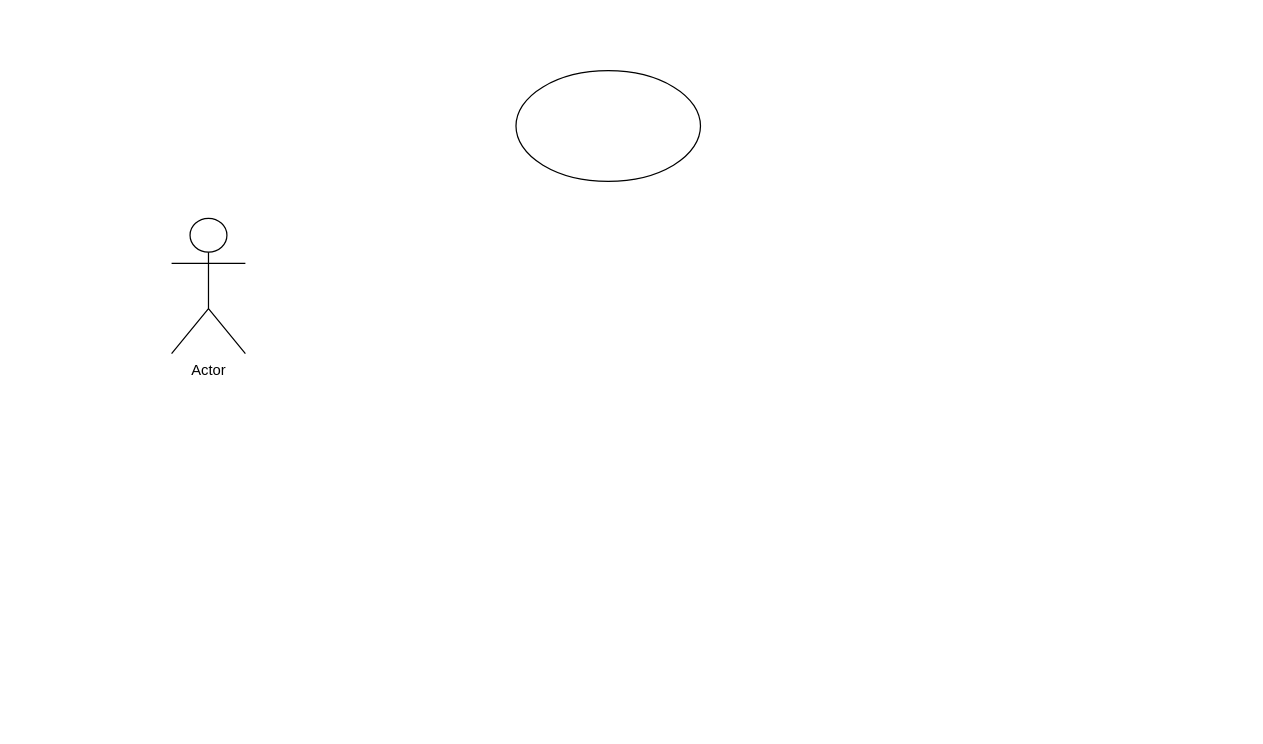
The draw.io diagram Requirement_UseCase_Diagram.drawio in XingxingLiao/TEST, before the edit. Source tidied: cells renumbered, new cells numbered last; positions are measured from the earlier drawing's top-left corner, leaving out a move shared by most shapes. Both pictures are drawn from the tidied source at 123%, with x=0, y=0 at pixel (171, 70).
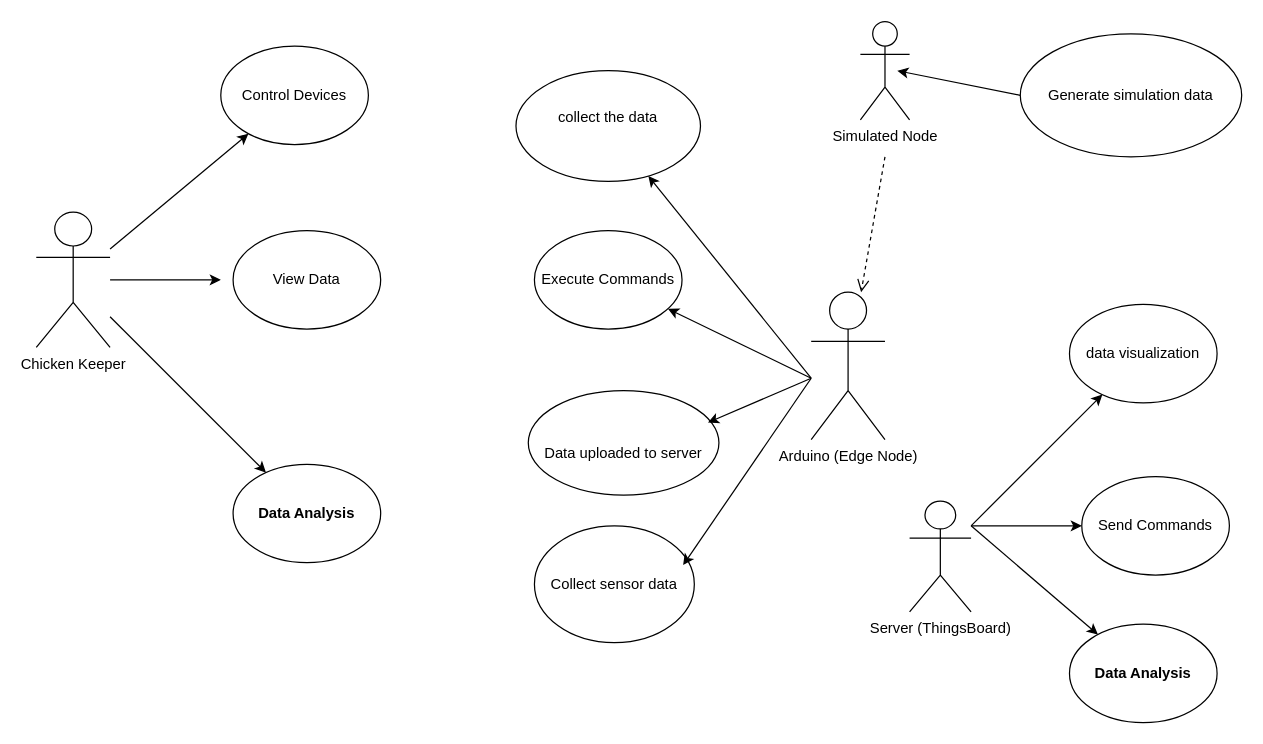
Above is the later version.

What changed in the source:
```diff
@@
-    <mxCell id="2" value="Actor" style="shape=umlActor;verticalLabelPosition=bottom;verticalAlign=top;html=1;outlineConnect=0;" parent="1" vertex="1">
-      <mxGeometry y="120" width="60" height="110" as="geometry" />
+    <mxCell id="2" value="Chicken Keeper" style="shape=umlActor;verticalLabelPosition=bottom;verticalAlign=top;html=1;outlineConnect=0;" parent="1" vertex="1">
+      <mxGeometry x="-110" y="115" width="60" height="110" as="geometry" />
     </mxCell>
-    <mxCell id="3" style="ellipse;whiteSpace=wrap;html=1;" parent="1" vertex="1">
+    <mxCell id="3" value="collect the data&lt;div&gt;&lt;br&gt;&lt;/div&gt;" style="ellipse;whiteSpace=wrap;html=1;" parent="1" vertex="1">
       <mxGeometry x="280" width="150" height="90" as="geometry" />
     </mxCell>
+    <mxCell id="4" value="Arduino (Edge Node)" style="shape=umlActor;verticalLabelPosition=bottom;verticalAlign=top;html=1;outlineConnect=0;" parent="1" vertex="1">
+      <mxGeometry x="520" y="180" width="60" height="120" as="geometry" />
+    </mxCell>
+    <mxCell id="5" value="&lt;div style=&quot;text-wrap-mode: nowrap;&quot;&gt;&lt;br&gt;&lt;/div&gt;&lt;div style=&quot;text-wrap-mode: nowrap;&quot;&gt;Data uploaded to server&lt;/div&gt;" style="ellipse;whiteSpace=wrap;html=1;" parent="1" vertex="1">
+      <mxGeometry x="290" y="260" width="155" height="85" as="geometry" />
+    </mxCell>
+    <mxCell id="6" value="&lt;span style=&quot;text-wrap-mode: nowrap;&quot;&gt;data visualization&lt;/span&gt;" style="ellipse;whiteSpace=wrap;html=1;" parent="1" vertex="1">
+      <mxGeometry x="730" y="190" width="120" height="80" as="geometry" />
+    </mxCell>
+    <mxCell id="7" value="&lt;strong&gt;Data Analysis&lt;/strong&gt;" style="ellipse;whiteSpace=wrap;html=1;" parent="1" vertex="1">
+      <mxGeometry x="730" y="450" width="120" height="80" as="geometry" />
+    </mxCell>
+    <mxCell id="8" value="&lt;span style=&quot;text-wrap-mode: nowrap;&quot;&gt;Generate simulation data&lt;/span&gt;" style="ellipse;whiteSpace=wrap;html=1;" parent="1" vertex="1">
+      <mxGeometry x="690" y="-30" width="180" height="100" as="geometry" />
+    </mxCell>
+    <mxCell id="9" value="View Data" style="ellipse;whiteSpace=wrap;html=1;" parent="1" vertex="1">
+      <mxGeometry x="50" y="130" width="120" height="80" as="geometry" />
+    </mxCell>
+    <mxCell id="10" value="Control Devices" style="ellipse;whiteSpace=wrap;html=1;" parent="1" vertex="1">
+      <mxGeometry x="40" y="-20" width="120" height="80" as="geometry" />
+    </mxCell>
+    <mxCell id="11" value="&lt;strong&gt;Data Analysis&lt;/strong&gt;" style="ellipse;whiteSpace=wrap;html=1;" parent="1" vertex="1">
+      <mxGeometry x="50" y="320" width="120" height="80" as="geometry" />
+    </mxCell>
+    <mxCell id="12" style="endArrow=classic;html=1;rounded=0;" parent="1" edge="1" source="2" target="11">
+      <mxGeometry relative="1" as="geometry" />
+    </mxCell>
+    <mxCell id="13" style="endArrow=classic;html=1;rounded=0;" parent="1" edge="1" source="2">
+      <mxGeometry relative="1" as="geometry">
+        <mxPoint x="40" y="170" as="targetPoint" />
+      </mxGeometry>
+    </mxCell>
+    <mxCell id="14" style="endArrow=classic;html=1;rounded=0;" parent="1" edge="1" source="2" target="10">
+      <mxGeometry relative="1" as="geometry" />
+    </mxCell>
+    <mxCell id="15" value="Execute Commands" style="ellipse;whiteSpace=wrap;html=1;" parent="1" vertex="1">
+      <mxGeometry x="295" y="130" width="120" height="80" as="geometry" />
+    </mxCell>
+    <mxCell id="16" value="&lt;span style=&quot;text-wrap-mode: nowrap;&quot;&gt;Collect sensor data&lt;/span&gt;" style="ellipse;whiteSpace=wrap;html=1;" parent="1" vertex="1">
+      <mxGeometry x="295" y="370" width="130" height="95" as="geometry" />
+    </mxCell>
+    <mxCell id="17" style="endArrow=classic;html=1;rounded=0;" parent="1" edge="1" target="3">
+      <mxGeometry relative="1" as="geometry">
+        <mxPoint x="520" y="250" as="sourcePoint" />
+      </mxGeometry>
+    </mxCell>
+    <mxCell id="18" style="endArrow=classic;html=1;rounded=0;" parent="1" edge="1" target="15">
+      <mxGeometry relative="1" as="geometry">
+        <mxPoint x="520" y="250" as="sourcePoint" />
+      </mxGeometry>
+    </mxCell>
+    <mxCell id="19" style="endArrow=classic;html=1;rounded=0;entryX=0.942;entryY=0.307;entryDx=0;entryDy=0;entryPerimeter=0;" parent="1" edge="1" target="5">
+      <mxGeometry relative="1" as="geometry">
+        <mxPoint x="520" y="250" as="sourcePoint" />
+      </mxGeometry>
+    </mxCell>
+    <mxCell id="20" style="endArrow=classic;html=1;rounded=0;entryX=0.93;entryY=0.336;entryDx=0;entryDy=0;entryPerimeter=0;" parent="1" edge="1" target="16">
+      <mxGeometry relative="1" as="geometry">
+        <mxPoint x="520" y="250" as="sourcePoint" />
+      </mxGeometry>
+    </mxCell>
+    <mxCell id="21" value="Simulated Node" style="shape=umlActor;verticalLabelPosition=bottom;verticalAlign=top;html=1;" parent="1" vertex="1">
+      <mxGeometry x="560" y="-40" width="40" height="80" as="geometry" />
+    </mxCell>
+    <mxCell id="22" style="endArrow=classic;html=1;rounded=0;exitX=0;exitY=0.5;exitDx=0;exitDy=0;" parent="1" edge="1" source="8">
+      <mxGeometry relative="1" as="geometry">
+        <mxPoint x="590" as="targetPoint" />
+      </mxGeometry>
+    </mxCell>
+    <mxCell id="23" value="Server (ThingsBoard)" style="shape=umlActor;verticalLabelPosition=bottom;verticalAlign=top;html=1;outlineConnect=0;" parent="1" vertex="1">
+      <mxGeometry x="600" y="350" width="50" height="90" as="geometry" />
+    </mxCell>
+    <mxCell id="24" value="Send Commands" style="ellipse;whiteSpace=wrap;html=1;" parent="1" vertex="1">
+      <mxGeometry x="740" y="330" width="120" height="80" as="geometry" />
+    </mxCell>
+    <mxCell id="25" style="endArrow=classic;html=1;rounded=0;entryX=0;entryY=0.5;entryDx=0;entryDy=0;" parent="1" edge="1" target="24">
+      <mxGeometry relative="1" as="geometry">
+        <mxPoint x="650" y="370" as="sourcePoint" />
+      </mxGeometry>
+    </mxCell>
+    <mxCell id="26" style="endArrow=classic;html=1;rounded=0;" parent="1" edge="1" source="23" target="6">
+      <mxGeometry relative="1" as="geometry" />
+    </mxCell>
+    <mxCell id="27" style="endArrow=classic;html=1;rounded=0;" parent="1" edge="1" target="7">
+      <mxGeometry relative="1" as="geometry">
+        <mxPoint x="650" y="370" as="sourcePoint" />
+      </mxGeometry>
+    </mxCell>
+    <mxCell id="28" style="html=1;verticalAlign=bottom;endArrow=open;dashed=1;endSize=8;curved=0;rounded=0;" parent="1" edge="1" target="4">
+      <mxGeometry relative="1" as="geometry">
+        <mxPoint x="580" y="70" as="sourcePoint" />
+      </mxGeometry>
+    </mxCell>
```
